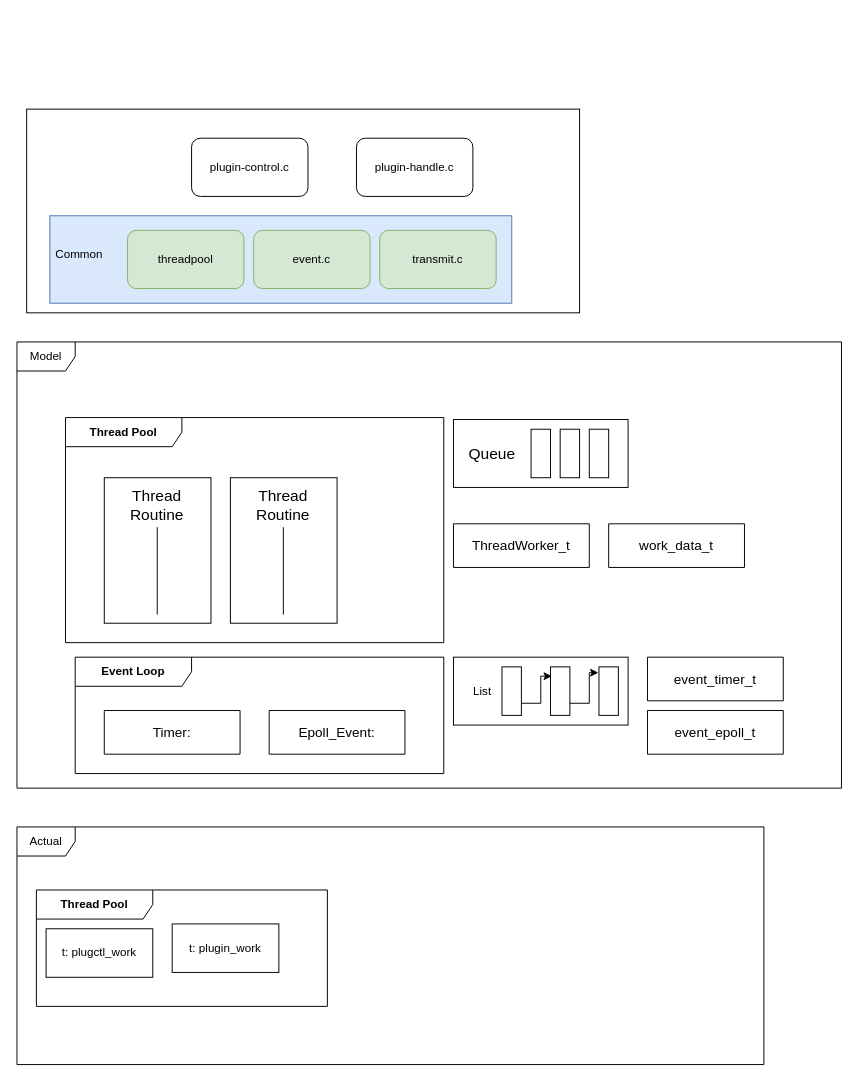
Before: page "frame" (3 of 3) of gw-mtk/mobile_manager.drawio in waterwatermelon/graph, a draw.io diagram. Source tidied: cells renumbered, new cells numbered last; positions are measured from the earlier drawing's top-left corner, leaving out a move shared by most shapes. Both pictures are drawn from the tidied source at 97%, with x=0, y=0 at pixel (16, 109).
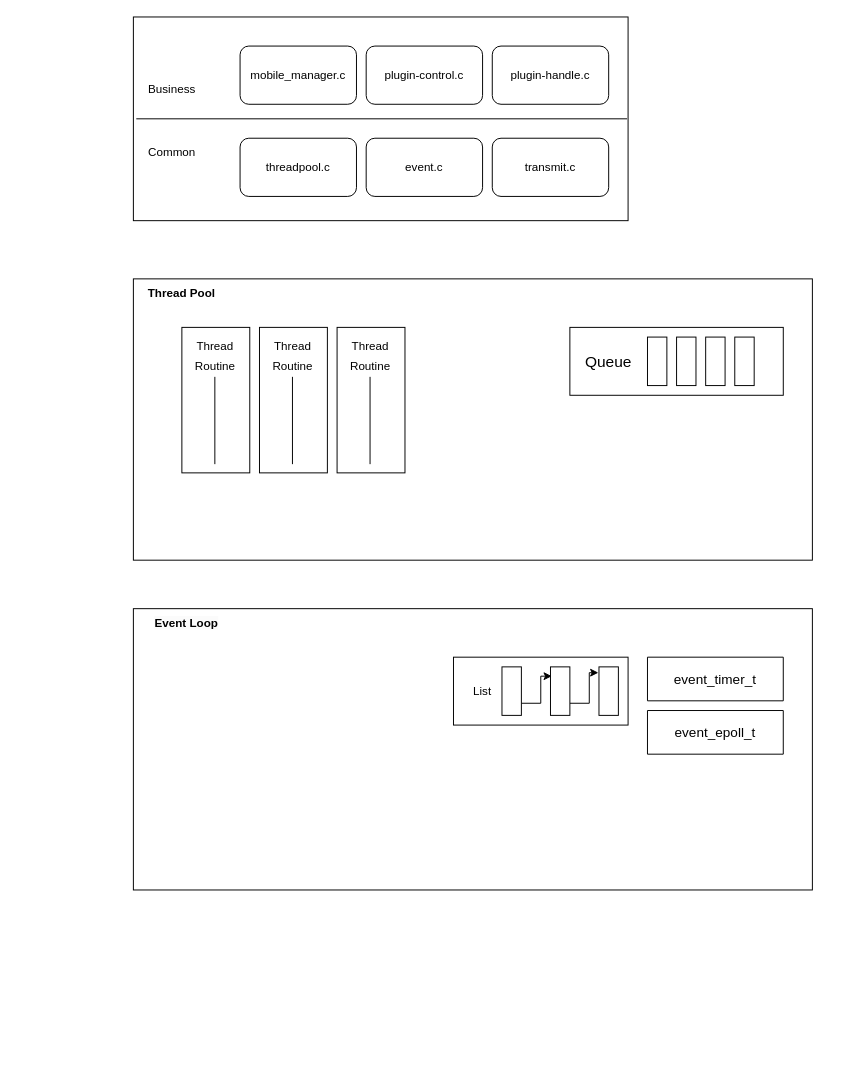
The same page after the edit.

Unchanged cells that the change refers to:
```xml
<mxCell id="29" style="group;" parent="28" vertex="1">
  <mxGeometry width="110" height="150" as="geometry" />
</mxCell>
```

Change to the diagram source:
```diff
@@
-    <mxCell id="2" value="&lt;font style=&quot;font-size: 12px;&quot;&gt;&lt;b&gt;Thread Pool&lt;/b&gt;&lt;/font&gt;" style="shape=umlFrame;whiteSpace=wrap;html=1;width=120;height=30;" parent="1" vertex="1">
-      <mxGeometry x="50" y="318" width="390" height="232" as="geometry" />
-    </mxCell>
-    <mxCell id="3" value="ThreadWorker_t" style="swimlane;horizontal=1;startSize=50;rounded=1;fontSize=14;fontStyle=0;strokeWidth=1;shadow=0;dashed=0;align=center;arcSize=4;whiteSpace=wrap;html=1;" parent="1" vertex="1" collapsed="1">
-      <mxGeometry x="450" y="427.5" width="140" height="45" as="geometry" />
-    </mxCell>
+    <mxCell id="47" style="rounded=0;whiteSpace=wrap;html=1;" parent="1" vertex="1">
+      <mxGeometry x="120" y="515" width="700" height="290" as="geometry" />
+    </mxCell>
+    <mxCell id="48" style="rounded=0;whiteSpace=wrap;html=1;" parent="1" vertex="1">
+      <mxGeometry x="120" y="175" width="700" height="290" as="geometry" />
+    </mxCell>
     <mxCell id="4" style="rounded=0;whiteSpace=wrap;html=1;" parent="1" vertex="1">
-      <mxGeometry x="10" width="570" height="210" as="geometry" />
+      <mxGeometry x="120" y="-95" width="510" height="210" as="geometry" />
     </mxCell>
     <mxCell id="5" value="plugin-control.c" style="rounded=1;whiteSpace=wrap;html=1;" parent="1" vertex="1">
-      <mxGeometry x="180" y="30" width="120" height="60" as="geometry" />
+      <mxGeometry x="360" y="-65" width="120" height="60" as="geometry" />
     </mxCell>
     <mxCell id="6" value="plugin-handle.c" style="rounded=1;whiteSpace=wrap;html=1;" parent="1" vertex="1">
-      <mxGeometry x="350" y="30" width="120" height="60" as="geometry" />
+      <mxGeometry x="490" y="-65" width="120" height="60" as="geometry" />
     </mxCell>
-    <mxCell id="7" style="group;fillColor=#dae8fc;strokeColor=#6c8ebf;" parent="1" vertex="1">
-      <mxGeometry x="34" y="110" width="476" height="90" as="geometry" />
-    </mxCell>
-    <mxCell id="8" style="rounded=0;whiteSpace=wrap;html=1;fillColor=#dae8fc;strokeColor=#6c8ebf;" parent="7" vertex="1">
-      <mxGeometry width="476" height="90" as="geometry" />
-    </mxCell>
-    <mxCell id="9" value="Common" style="text;strokeColor=none;fillColor=none;align=left;verticalAlign=middle;spacingLeft=4;spacingRight=4;overflow=hidden;whiteSpace=wrap;html=1;" parent="7" vertex="1">
-      <mxGeometry y="25" width="80" height="30" as="geometry" />
-    </mxCell>
-    <mxCell id="10" value="threadpool" style="rounded=1;whiteSpace=wrap;html=1;fillColor=#d5e8d4;strokeColor=#82b366;" parent="7" vertex="1">
-      <mxGeometry x="80" y="15" width="120" height="60" as="geometry" />
-    </mxCell>
-    <mxCell id="11" value="event.c" style="rounded=1;whiteSpace=wrap;html=1;fillColor=#d5e8d4;strokeColor=#82b366;" parent="7" vertex="1">
-      <mxGeometry x="210" y="15" width="120" height="60" as="geometry" />
-    </mxCell>
-    <mxCell id="12" value="transmit.c" style="rounded=1;whiteSpace=wrap;html=1;fillColor=#d5e8d4;strokeColor=#82b366;" parent="7" vertex="1">
-      <mxGeometry x="340" y="15" width="120" height="60" as="geometry" />
-    </mxCell>
-    <mxCell id="13" value="work_data_t" style="swimlane;horizontal=1;startSize=50;rounded=1;fontSize=14;fontStyle=0;strokeWidth=1;shadow=0;dashed=0;align=center;arcSize=4;whiteSpace=wrap;html=1;" parent="1" vertex="1" collapsed="1">
-      <mxGeometry x="610" y="427.5" width="140" height="45" as="geometry" />
-    </mxCell>
-    <mxCell id="14" value="Model" style="shape=umlFrame;whiteSpace=wrap;html=1;" parent="1" vertex="1">
-      <mxGeometry y="240" width="850" height="460" as="geometry" />
-    </mxCell>
-    <mxCell id="15" value="&lt;font style=&quot;font-size: 12px;&quot;&gt;&lt;b&gt;Event Loop&lt;/b&gt;&lt;/font&gt;" style="shape=umlFrame;whiteSpace=wrap;html=1;width=120;height=30;" parent="1" vertex="1">
-      <mxGeometry x="60" y="565" width="380" height="120" as="geometry" />
-    </mxCell>
-    <mxCell id="16" value="Timer:" style="swimlane;horizontal=1;startSize=50;rounded=1;fontSize=14;fontStyle=0;strokeWidth=1;shadow=0;dashed=0;align=center;arcSize=4;whiteSpace=wrap;html=1;" parent="1" vertex="1" collapsed="1">
-      <mxGeometry x="90" y="620" width="140" height="45" as="geometry" />
-    </mxCell>
-    <mxCell id="17" value="Epoll_Event:" style="swimlane;horizontal=1;startSize=50;rounded=1;fontSize=14;fontStyle=0;strokeWidth=1;shadow=0;dashed=0;align=center;arcSize=4;whiteSpace=wrap;html=1;" parent="1" vertex="1" collapsed="1">
-      <mxGeometry x="260" y="620" width="140" height="45" as="geometry" />
-    </mxCell>
-    <mxCell id="18" value="&lt;font style=&quot;font-size: 12px;&quot;&gt;&lt;b&gt;Thread Pool&lt;/b&gt;&lt;/font&gt;" style="shape=umlFrame;whiteSpace=wrap;html=1;width=120;height=30;" parent="1" vertex="1">
-      <mxGeometry x="20" y="805" width="300" height="120" as="geometry" />
-    </mxCell>
-    <mxCell id="19" value="t:&amp;nbsp;plugctl_work" style="html=1;whiteSpace=wrap;" parent="1" vertex="1">
-      <mxGeometry x="30" y="845" width="110" height="50" as="geometry" />
-    </mxCell>
-    <mxCell id="20" value="t:&amp;nbsp;plugin_work" style="html=1;whiteSpace=wrap;" parent="1" vertex="1">
-      <mxGeometry x="160" y="840" width="110" height="50" as="geometry" />
-    </mxCell>
-    <mxCell id="21" value="Actual" style="shape=umlFrame;whiteSpace=wrap;html=1;" parent="1" vertex="1">
-      <mxGeometry y="740" width="770" height="245" as="geometry" />
-    </mxCell>
     <mxCell id="22" style="group;" parent="1" vertex="1">
-      <mxGeometry x="450" y="320" width="180" height="70" as="geometry" />
+      <mxGeometry x="570" y="225" width="220" height="70" as="geometry" />
     </mxCell>
     <mxCell id="23" style="rounded=0;whiteSpace=wrap;html=1;fontSize=16;" parent="22" vertex="1">
-      <mxGeometry width="180" height="70" as="geometry" />
+      <mxGeometry width="220" height="70" as="geometry" />
     </mxCell>
@@
+    <mxCell id="49" style="rounded=0;whiteSpace=wrap;html=1;fontSize=16;" parent="22" vertex="1">
+      <mxGeometry x="170" y="10" width="20" height="50" as="geometry" />
+    </mxCell>
     <mxCell id="28" style="group;" parent="1" vertex="1">
-      <mxGeometry x="90" y="380" width="110" height="150" as="geometry" />
+      <mxGeometry x="150" y="225" width="110" height="150" as="geometry" />
     </mxCell>
@@
     <mxCell id="30" style="rounded=0;whiteSpace=wrap;html=1;fontSize=16;align=center;" parent="29" vertex="1">
-      <mxGeometry width="110" height="150" as="geometry" />
+      <mxGeometry x="20" width="70" height="150" as="geometry" />
     </mxCell>
-    <mxCell id="31" value="Thread&lt;br&gt;Routine" style="text;html=1;strokeColor=none;fillColor=none;align=center;verticalAlign=middle;whiteSpace=wrap;rounded=0;fontSize=16;" parent="29" vertex="1">
+    <mxCell id="31" value="&lt;font style=&quot;font-size: 12px;&quot;&gt;Thread&lt;br&gt;Routine&lt;/font&gt;" style="text;html=1;strokeColor=none;fillColor=none;align=center;verticalAlign=middle;whiteSpace=wrap;rounded=0;fontSize=16;" parent="29" vertex="1">
       <mxGeometry x="17.3" y="6.9" width="75.4" height="41.2" as="geometry" />
     </mxCell>
     <mxCell id="32" style="endArrow=none;html=1;rounded=0;" parent="29" edge="1">
       <mxGeometry relative="1" as="geometry">
-        <mxPoint x="54.6" y="51" as="sourcePoint" />
-        <mxPoint x="54.6" y="141" as="targetPoint" />
+        <mxPoint x="54" y="51" as="sourcePoint" />
+        <mxPoint x="54" y="141" as="targetPoint" />
       </mxGeometry>
     </mxCell>
@@
-    <mxCell id="42" style="group;" parent="1" vertex="1">
-      <mxGeometry x="220" y="380" width="110" height="150" as="geometry" />
-    </mxCell>
-    <mxCell id="43" style="group;" parent="42" vertex="1">
-      <mxGeometry width="110" height="150" as="geometry" />
-    </mxCell>
-    <mxCell id="44" style="rounded=0;whiteSpace=wrap;html=1;fontSize=16;align=center;" parent="43" vertex="1">
-      <mxGeometry width="110" height="150" as="geometry" />
-    </mxCell>
-    <mxCell id="45" value="Thread&lt;br&gt;Routine" style="text;html=1;strokeColor=none;fillColor=none;align=center;verticalAlign=middle;whiteSpace=wrap;rounded=0;fontSize=16;" parent="43" vertex="1">
-      <mxGeometry x="17.3" y="6.9" width="75.4" height="41.2" as="geometry" />
-    </mxCell>
-    <mxCell id="46" style="endArrow=none;html=1;rounded=0;" parent="43" edge="1">
-      <mxGeometry relative="1" as="geometry">
-        <mxPoint x="54.6" y="51" as="sourcePoint" />
-        <mxPoint x="54.6" y="141" as="targetPoint" />
-      </mxGeometry>
-    </mxCell>
+    <mxCell id="10" value="threadpool.c" style="rounded=1;whiteSpace=wrap;html=1;" parent="1" vertex="1">
+      <mxGeometry x="230" y="30" width="120" height="60" as="geometry" />
+    </mxCell>
+    <mxCell id="11" value="event.c" style="rounded=1;whiteSpace=wrap;html=1;" parent="1" vertex="1">
+      <mxGeometry x="360" y="30" width="120" height="60" as="geometry" />
+    </mxCell>
+    <mxCell id="12" value="transmit.c" style="rounded=1;whiteSpace=wrap;html=1;" parent="1" vertex="1">
+      <mxGeometry x="490" y="30" width="120" height="60" as="geometry" />
+    </mxCell>
+    <mxCell id="50" style="endArrow=none;html=1;rounded=0;" parent="1" edge="1">
+      <mxGeometry relative="1" as="geometry">
+        <mxPoint x="123" y="10" as="sourcePoint" />
+        <mxPoint x="629" y="10" as="targetPoint" />
+      </mxGeometry>
+    </mxCell>
+    <mxCell id="51" value="Business" style="text;html=1;strokeColor=none;fillColor=none;align=center;verticalAlign=middle;whiteSpace=wrap;rounded=0;" parent="1" vertex="1">
+      <mxGeometry x="130" y="-35" width="60" height="30" as="geometry" />
+    </mxCell>
+    <mxCell id="9" value="Common" style="text;html=1;strokeColor=none;fillColor=none;align=center;verticalAlign=middle;whiteSpace=wrap;rounded=0;" parent="1" vertex="1">
+      <mxGeometry x="130" y="30" width="60" height="30" as="geometry" />
+    </mxCell>
+    <mxCell id="52" value="mobile_manager.c" style="rounded=1;whiteSpace=wrap;html=1;" parent="1" vertex="1">
+      <mxGeometry x="230" y="-65" width="120" height="60" as="geometry" />
+    </mxCell>
+    <mxCell id="15" value="&lt;b style=&quot;border-color: var(--border-color); color: rgb(0, 0, 0); font-family: Helvetica; font-size: 12px; font-style: normal; font-variant-ligatures: normal; font-variant-caps: normal; letter-spacing: normal; orphans: 2; text-align: center; text-indent: 0px; text-transform: none; widows: 2; word-spacing: 0px; -webkit-text-stroke-width: 0px; background-color: rgb(251, 251, 251); text-decoration-thickness: initial; text-decoration-style: initial; text-decoration-color: initial;&quot;&gt;Event Loop&lt;/b&gt;" style="text;html=1;strokeColor=none;fillColor=none;align=center;verticalAlign=middle;whiteSpace=wrap;rounded=0;" parent="1" vertex="1">
+      <mxGeometry x="120" y="515" width="110" height="30" as="geometry" />
+    </mxCell>
+    <mxCell id="53" value="&lt;b style=&quot;border-color: var(--border-color);&quot;&gt;Thread Pool&lt;/b&gt;" style="text;html=1;strokeColor=none;fillColor=none;align=center;verticalAlign=middle;whiteSpace=wrap;rounded=0;" parent="1" vertex="1">
+      <mxGeometry x="120" y="175" width="100" height="30" as="geometry" />
+    </mxCell>
+    <mxCell id="54" style="group;" parent="1" vertex="1">
+      <mxGeometry x="230" y="225" width="110" height="150" as="geometry" />
+    </mxCell>
+    <mxCell id="55" style="group;" parent="54" vertex="1">
+      <mxGeometry width="110" height="150" as="geometry" />
+    </mxCell>
+    <mxCell id="56" style="rounded=0;whiteSpace=wrap;html=1;fontSize=16;align=center;" parent="55" vertex="1">
+      <mxGeometry x="20" width="70" height="150" as="geometry" />
+    </mxCell>
+    <mxCell id="57" value="&lt;font style=&quot;font-size: 12px;&quot;&gt;Thread&lt;br&gt;Routine&lt;/font&gt;" style="text;html=1;strokeColor=none;fillColor=none;align=center;verticalAlign=middle;whiteSpace=wrap;rounded=0;fontSize=16;" parent="55" vertex="1">
+      <mxGeometry x="17.3" y="6.9" width="75.4" height="41.2" as="geometry" />
+    </mxCell>
+    <mxCell id="58" style="endArrow=none;html=1;rounded=0;" parent="55" edge="1">
+      <mxGeometry relative="1" as="geometry">
+        <mxPoint x="54" y="51" as="sourcePoint" />
+        <mxPoint x="54" y="141" as="targetPoint" />
+      </mxGeometry>
+    </mxCell>
+    <mxCell id="59" style="group;" parent="1" vertex="1">
+      <mxGeometry x="310" y="225" width="110" height="150" as="geometry" />
+    </mxCell>
+    <mxCell id="60" style="group;" parent="59" vertex="1">
+      <mxGeometry width="110" height="150" as="geometry" />
+    </mxCell>
+    <mxCell id="61" style="rounded=0;whiteSpace=wrap;html=1;fontSize=16;align=center;" parent="60" vertex="1">
+      <mxGeometry x="20" width="70" height="150" as="geometry" />
+    </mxCell>
+    <mxCell id="62" value="&lt;font style=&quot;font-size: 12px;&quot;&gt;Thread&lt;br&gt;Routine&lt;/font&gt;" style="text;html=1;strokeColor=none;fillColor=none;align=center;verticalAlign=middle;whiteSpace=wrap;rounded=0;fontSize=16;" parent="60" vertex="1">
+      <mxGeometry x="17.3" y="6.9" width="75.4" height="41.2" as="geometry" />
+    </mxCell>
+    <mxCell id="63" style="endArrow=none;html=1;rounded=0;" parent="60" edge="1">
+      <mxGeometry relative="1" as="geometry">
+        <mxPoint x="54" y="51" as="sourcePoint" />
+        <mxPoint x="54" y="141" as="targetPoint" />
+      </mxGeometry>
+    </mxCell>
```
